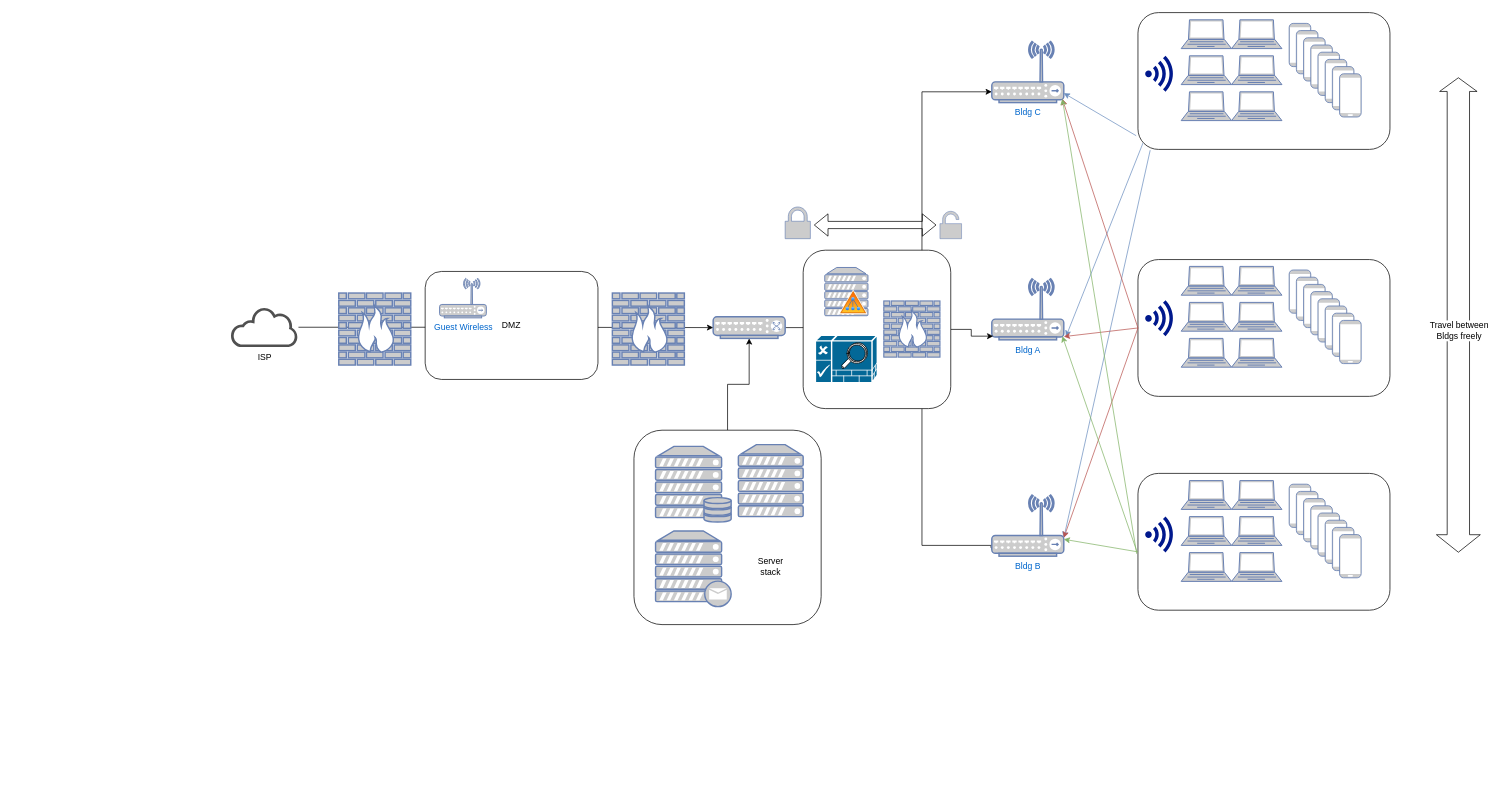
Earlier version of the draw.io diagram Untitled Diagram.drawio (Malleas/ITT307). Source tidied: cells renumbered, new cells numbered last; positions are measured from the earlier drawing's top-left corner, leaving out a move shared by most shapes. Both pictures are drawn from the tidied source at 72%, with x=0, y=0 at pixel (230, 12). Pictures stored in the file or linked from it are replaced by grey dashed boxes.
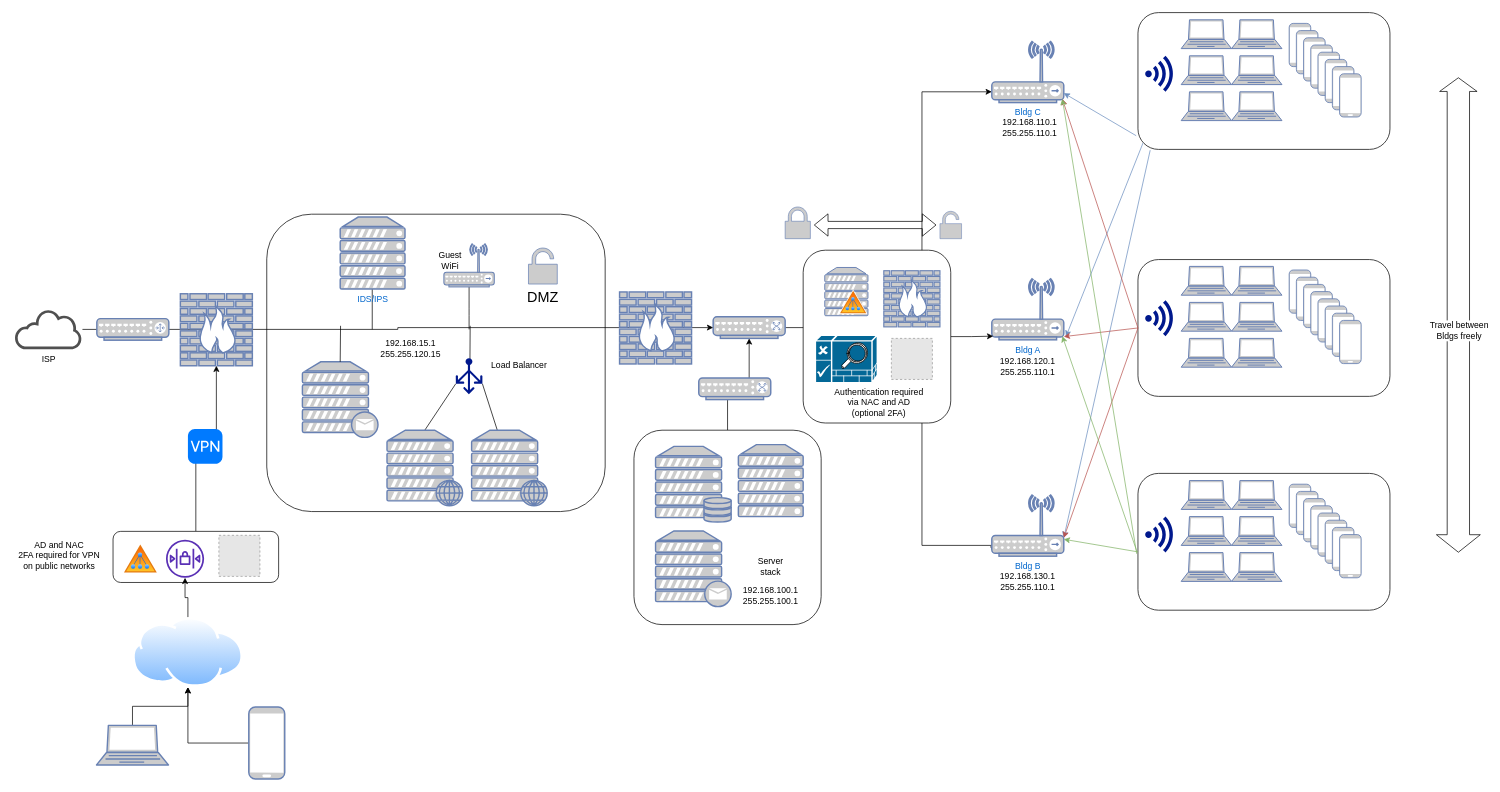
Above is the later version.

Diff of the diagram source:
```diff
@@
+    <mxCell id="91" style="rounded=1;whiteSpace=wrap;html=1;" parent="1" vertex="1">
+      <mxGeometry x="50" y="280" width="470" height="413" as="geometry" />
+    </mxCell>
@@
     <mxCell id="12" value="ISP" style="shadow=0;dashed=0;html=1;strokeColor=none;fillColor=#505050;labelPosition=center;verticalLabelPosition=bottom;outlineConnect=0;verticalAlign=top;align=center;shape=mxgraph.office.clouds.cloud;" parent="1" vertex="1">
-      <mxGeometry y="409.5" width="94" height="55" as="geometry" />
+      <mxGeometry x="-300" y="412.5" width="94" height="55" as="geometry" />
     </mxCell>
@@
     <mxCell id="15" style="fontColor=#0066CC;verticalAlign=top;verticalLabelPosition=bottom;labelPosition=center;align=center;html=1;fillColor=#CCCCCC;strokeColor=#6881B3;gradientColor=none;gradientDirection=north;strokeWidth=2;shape=mxgraph.networks.firewall;" parent="1" vertex="1">
-      <mxGeometry x="530" y="389.5" width="100" height="100" as="geometry" />
+      <mxGeometry x="540" y="388" width="100" height="100" as="geometry" />
     </mxCell>
-    <mxCell id="16" value="DMZ" style="rounded=1;whiteSpace=wrap;html=1;" parent="1" vertex="1">
-      <mxGeometry x="270" y="359.5" width="240" height="150" as="geometry" />
-    </mxCell>
     <mxCell id="17" style="fontColor=#0066CC;verticalAlign=top;verticalLabelPosition=bottom;labelPosition=center;align=center;html=1;outlineConnect=0;fillColor=#CCCCCC;strokeColor=#6881B3;gradientColor=none;gradientDirection=north;strokeWidth=2;shape=mxgraph.networks.firewall;" parent="1" vertex="1">
-      <mxGeometry x="150" y="389.5" width="100" height="100" as="geometry" />
+      <mxGeometry x="-70" y="390.5" width="100" height="100" as="geometry" />
     </mxCell>
-    <mxCell id="18" value="Guest Wireless" style="fontColor=#0066CC;verticalAlign=top;verticalLabelPosition=bottom;labelPosition=center;align=center;html=1;fillColor=#CCCCCC;strokeColor=#6881B3;gradientColor=none;gradientDirection=north;strokeWidth=2;shape=mxgraph.networks.wireless_hub;" parent="1" vertex="1">
-      <mxGeometry x="290" y="369" width="65" height="55" as="geometry" />
-    </mxCell>
@@
     <mxCell id="79" style="rounded=1;whiteSpace=wrap;html=1;" parent="1" vertex="1">
-      <mxGeometry x="795" y="330" width="205" height="220" as="geometry" />
+      <mxGeometry x="795" y="330" width="205" height="240" as="geometry" />
     </mxCell>
@@
     <mxCell id="90" style="fontColor=#0066CC;verticalAlign=top;verticalLabelPosition=bottom;labelPosition=center;align=center;html=1;fillColor=#CCCCCC;strokeColor=#6881B3;gradientColor=none;gradientDirection=north;strokeWidth=2;shape=mxgraph.networks.firewall;" parent="1" vertex="1">
-      <mxGeometry x="907" y="400.5" width="78" height="78" as="geometry" />
+      <mxGeometry x="907" y="358.5" width="78" height="78" as="geometry" />
     </mxCell>
+    <mxCell id="92" style="fontColor=#0066CC;verticalAlign=top;verticalLabelPosition=bottom;labelPosition=center;align=center;html=1;outlineConnect=0;fillColor=#CCCCCC;strokeColor=#6881B3;gradientColor=none;gradientDirection=north;strokeWidth=2;shape=mxgraph.networks.mail_server;" parent="1" vertex="1">
+      <mxGeometry x="99.5" y="485" width="105" height="105" as="geometry" />
+    </mxCell>
+    <mxCell id="93" style="fontColor=#0066CC;verticalAlign=top;verticalLabelPosition=bottom;labelPosition=center;align=center;html=1;fillColor=#CCCCCC;strokeColor=#6881B3;gradientColor=none;gradientDirection=north;strokeWidth=2;shape=mxgraph.networks.unsecure;" parent="1" vertex="1">
+      <mxGeometry x="413.5" y="327" width="40" height="50" as="geometry" />
+    </mxCell>
+    <mxCell id="94" style="endArrow=none;html=1;exitX=0.5;exitY=0;exitDx=0;exitDy=0;exitPerimeter=0;" parent="1" edge="1" source="92">
+      <mxGeometry relative="1" as="geometry">
+        <mxPoint x="152.5" y="435" as="targetPoint" />
+      </mxGeometry>
+    </mxCell>
+    <mxCell id="95" style="endArrow=none;html=1;exitX=0.532;exitY=0.16;exitDx=0;exitDy=0;exitPerimeter=0;" parent="1" edge="1" source="97">
+      <mxGeometry relative="1" as="geometry">
+        <mxPoint x="332.5" y="435" as="targetPoint" />
+      </mxGeometry>
+    </mxCell>
+    <mxCell id="96" style="endArrow=none;html=1;entryX=0.5;entryY=1;entryDx=0;entryDy=0;" parent="1" edge="1">
+      <mxGeometry relative="1" as="geometry">
+        <mxPoint x="196.5" y="440" as="sourcePoint" />
+        <mxPoint x="196.5" y="380" as="targetPoint" />
+      </mxGeometry>
+    </mxCell>
+    <mxCell id="97" style="shadow=0;dashed=0;html=1;strokeColor=none;labelPosition=center;verticalLabelPosition=bottom;verticalAlign=top;align=center;shape=mxgraph.azure.load_balancer_generic;fillColor=#00188D;" parent="1" vertex="1">
+      <mxGeometry x="312.5" y="480" width="37" height="50" as="geometry" />
+    </mxCell>
+    <mxCell id="98" style="endArrow=none;html=1;entryX=0;entryY=0.71;entryDx=0;entryDy=0;entryPerimeter=0;exitX=0.5;exitY=0;exitDx=0;exitDy=0;exitPerimeter=0;" parent="1" edge="1" source="102" target="97">
+      <mxGeometry relative="1" as="geometry" />
+    </mxCell>
+    <mxCell id="99" style="endArrow=none;html=1;entryX=1;entryY=0.71;entryDx=0;entryDy=0;entryPerimeter=0;" parent="1" edge="1" source="103" target="97">
+      <mxGeometry relative="1" as="geometry" />
+    </mxCell>
+    <mxCell id="100" value="Load Balancer" style="text;html=1;align=left;verticalAlign=top;spacingTop=-4;" parent="1" vertex="1">
+      <mxGeometry x="359.5" y="480" width="90" height="20" as="geometry" />
+    </mxCell>
+    <mxCell id="16" value="DMZ" style="text;html=1;align=left;verticalAlign=top;spacingTop=-4;fontSize=20;" parent="1" vertex="1">
+      <mxGeometry x="409.5" y="380" width="40" height="20" as="geometry" />
+    </mxCell>
+    <mxCell id="101" value="IDS/IPS" style="fontColor=#0066CC;verticalAlign=top;verticalLabelPosition=bottom;labelPosition=center;align=center;html=1;fillColor=#CCCCCC;strokeColor=#6881B3;gradientColor=none;gradientDirection=north;strokeWidth=2;shape=mxgraph.networks.server;" parent="1" vertex="1">
+      <mxGeometry x="152" y="284" width="90" height="100" as="geometry" />
+    </mxCell>
+    <mxCell id="102" style="fontColor=#0066CC;verticalAlign=top;verticalLabelPosition=bottom;labelPosition=center;align=center;html=1;outlineConnect=0;fillColor=#CCCCCC;strokeColor=#6881B3;gradientColor=none;gradientDirection=north;strokeWidth=2;shape=mxgraph.networks.web_server;" parent="1" vertex="1">
+      <mxGeometry x="217" y="580" width="105" height="105" as="geometry" />
+    </mxCell>
+    <mxCell id="103" style="fontColor=#0066CC;verticalAlign=top;verticalLabelPosition=bottom;labelPosition=center;align=center;html=1;outlineConnect=0;fillColor=#CCCCCC;strokeColor=#6881B3;gradientColor=none;gradientDirection=north;strokeWidth=2;shape=mxgraph.networks.web_server;" parent="1" vertex="1">
+      <mxGeometry x="334.5" y="580" width="105" height="105" as="geometry" />
+    </mxCell>
+    <mxCell id="104" style="edgeStyle=orthogonalEdgeStyle;jettySize=auto;html=1;endArrow=none;endFill=0;fontSize=20;" parent="1" edge="1" source="105">
+      <mxGeometry relative="1" as="geometry">
+        <mxPoint x="331" y="440" as="targetPoint" />
+      </mxGeometry>
+    </mxCell>
+    <mxCell id="105" style="fontColor=#0066CC;verticalAlign=top;verticalLabelPosition=bottom;labelPosition=center;align=center;html=1;outlineConnect=0;fillColor=#CCCCCC;strokeColor=#6881B3;gradientColor=none;gradientDirection=north;strokeWidth=2;shape=mxgraph.networks.wireless_hub;" parent="1" vertex="1">
+      <mxGeometry x="296" y="321" width="70" height="60" as="geometry" />
+    </mxCell>
+    <mxCell id="106" value="Guest WiFi" style="text;html=1;strokeColor=none;fillColor=none;align=center;verticalAlign=middle;whiteSpace=wrap;rounded=0;fontSize=12;" parent="1" vertex="1">
+      <mxGeometry x="284.5" y="334" width="40" height="20" as="geometry" />
+    </mxCell>
+    <mxCell id="107" value="192.168.15.1&lt;br&gt;255.255.120.15" style="text;html=1;strokeColor=none;fillColor=none;align=center;verticalAlign=middle;whiteSpace=wrap;rounded=0;fontSize=12;" parent="1" vertex="1">
+      <mxGeometry x="229.5" y="457.3" width="40" height="20" as="geometry" />
+    </mxCell>
+    <mxCell id="108" value="192.168.100.1&lt;br&gt;255.255.100.1" style="text;html=1;strokeColor=none;fillColor=none;align=center;verticalAlign=middle;whiteSpace=wrap;rounded=0;fontSize=12;" parent="1" vertex="1">
+      <mxGeometry x="730" y="799.8" width="40" height="20" as="geometry" />
+    </mxCell>
+    <mxCell id="109" value="192.168.120.1&lt;br&gt;255.255.110.1" style="text;html=1;strokeColor=none;fillColor=none;align=center;verticalAlign=middle;whiteSpace=wrap;rounded=0;fontSize=12;" parent="1" vertex="1">
+      <mxGeometry x="1087" y="482.3" width="40" height="20" as="geometry" />
+    </mxCell>
+    <mxCell id="110" value="192.168.130.1&lt;br&gt;255.255.110.1" style="text;html=1;strokeColor=none;fillColor=none;align=center;verticalAlign=middle;whiteSpace=wrap;rounded=0;fontSize=12;" parent="1" vertex="1">
+      <mxGeometry x="1087" y="779.8" width="40" height="20" as="geometry" />
+    </mxCell>
+    <mxCell id="111" value="192.168.110.1&lt;br&gt;255.255.110.1" style="text;html=1;strokeColor=none;fillColor=none;align=center;verticalAlign=middle;whiteSpace=wrap;rounded=0;fontSize=12;" parent="1" vertex="1">
+      <mxGeometry x="1090" y="149.8" width="40" height="20" as="geometry" />
+    </mxCell>
+    <mxCell id="112" style="edgeStyle=orthogonalEdgeStyle;rounded=0;jettySize=auto;html=1;" parent="1" edge="1" source="113" target="122">
+      <mxGeometry relative="1" as="geometry" />
+    </mxCell>
+    <mxCell id="113" style="fontColor=#0066CC;verticalAlign=top;verticalLabelPosition=bottom;labelPosition=center;align=center;html=1;outlineConnect=0;fillColor=#CCCCCC;strokeColor=#6881B3;gradientColor=none;gradientDirection=north;strokeWidth=2;shape=mxgraph.networks.laptop;" parent="1" vertex="1">
+      <mxGeometry x="-186.5" y="990" width="100" height="55" as="geometry" />
+    </mxCell>
+    <mxCell id="114" style="edgeStyle=orthogonalEdgeStyle;rounded=0;jettySize=auto;html=1;entryX=0.5;entryY=1;entryDx=0;entryDy=0;entryPerimeter=0;" parent="1" edge="1" source="115" target="17">
+      <mxGeometry relative="1" as="geometry" />
+    </mxCell>
+    <mxCell id="115" style="rounded=1;whiteSpace=wrap;html=1;fontSize=12;" parent="1" vertex="1">
+      <mxGeometry x="-163.5" y="720.5" width="230" height="71" as="geometry" />
+    </mxCell>
+    <mxCell id="116" style="group;" parent="1" vertex="1">
+      <mxGeometry x="-150" y="732" width="113" height="53" as="geometry" />
+    </mxCell>
+    <mxCell id="117" style="perimeter=ellipsePerimeter;html=1;align=center;shadow=0;dashed=0;spacingTop=3;image;image=img/lib/active_directory/active_directory.svg;fontSize=12;" parent="116" vertex="1">
+      <mxGeometry y="5" width="50" height="42.5" as="geometry" />
+    </mxCell>
+    <mxCell id="118" style="outlineConnect=0;fontColor=#232F3E;gradientColor=none;fillColor=#5A30B5;strokeColor=none;dashed=0;verticalLabelPosition=bottom;verticalAlign=top;align=center;html=1;fontSize=12;fontStyle=0;shape=mxgraph.aws4.network_access_control_list;" parent="116" vertex="1">
+      <mxGeometry x="60" width="53" height="53" as="geometry" />
+    </mxCell>
+    <mxCell id="119" value="AD and NAC&lt;br&gt;2FA required for VPN on public networks" style="text;html=1;strokeColor=none;fillColor=none;align=center;verticalAlign=middle;whiteSpace=wrap;rounded=0;fontSize=12;" parent="1" vertex="1">
+      <mxGeometry x="-303.5" y="743.5" width="130" height="20" as="geometry" />
+    </mxCell>
+    <mxCell id="120" style="fillColor=#E6E6E6;strokeColor=#999999;dashed=1;html=1;verticalAlign=top;verticalLabelPosition=bottom;labelBackgroundColor=#ffffff;fontSize=12;" parent="1" vertex="1">
+      <mxGeometry x="-16.5" y="726" width="57" height="57" as="geometry" />
+    </mxCell>
+    <mxCell id="121" style="edgeStyle=orthogonalEdgeStyle;rounded=0;jettySize=auto;html=1;" parent="1" edge="1" source="122" target="118">
+      <mxGeometry relative="1" as="geometry" />
+    </mxCell>
+    <mxCell id="122" style="perimeter=ellipsePerimeter;html=1;align=center;shadow=0;dashed=0;spacingTop=3;image;image=img/lib/active_directory/internet_cloud.svg;fontSize=12;" parent="1" vertex="1">
+      <mxGeometry x="-136.5" y="840" width="154" height="97" as="geometry" />
+    </mxCell>
+    <mxCell id="123" style="edgeStyle=orthogonalEdgeStyle;rounded=0;jettySize=auto;html=1;" parent="1" edge="1" source="124" target="122">
+      <mxGeometry relative="1" as="geometry" />
+    </mxCell>
+    <mxCell id="124" style="fontColor=#0066CC;verticalAlign=top;verticalLabelPosition=bottom;labelPosition=center;align=center;html=1;outlineConnect=0;fillColor=#CCCCCC;strokeColor=#6881B3;gradientColor=none;gradientDirection=north;strokeWidth=2;shape=mxgraph.networks.mobile;" parent="1" vertex="1">
+      <mxGeometry x="25" y="964.5" width="50" height="100" as="geometry" />
+    </mxCell>
+    <mxCell id="125" style="fillColor=#E6E6E6;strokeColor=#999999;dashed=1;html=1;verticalAlign=top;verticalLabelPosition=bottom;labelBackgroundColor=#ffffff;fontSize=12;" parent="1" vertex="1">
+      <mxGeometry x="917.5" y="452.5" width="57" height="57" as="geometry" />
+    </mxCell>
+    <mxCell id="126" style="html=1;strokeWidth=1;shadow=0;dashed=0;shape=mxgraph.ios7.misc.vpn;fillColor=#007AFF;strokeColor=none;buttonText=;strokeColor2=#222222;fontColor=#222222;fontSize=8;verticalLabelPosition=bottom;verticalAlign=top;align=center;" parent="1" vertex="1">
+      <mxGeometry x="-59.5" y="578.5" width="48" height="48" as="geometry" />
+    </mxCell>
+    <mxCell id="127" value="Authentication required via NAC and AD (optional 2FA)&lt;br&gt;" style="text;html=1;strokeColor=none;fillColor=none;align=center;verticalAlign=middle;whiteSpace=wrap;rounded=0;" parent="1" vertex="1">
+      <mxGeometry x="832.5" y="532" width="135" height="20" as="geometry" />
+    </mxCell>
+    <mxCell id="128" style="fontColor=#0066CC;verticalAlign=top;verticalLabelPosition=bottom;labelPosition=center;align=center;html=1;fillColor=#CCCCCC;strokeColor=#6881B3;gradientColor=none;gradientDirection=north;strokeWidth=2;shape=mxgraph.networks.switch;" parent="1" vertex="1">
+      <mxGeometry x="650" y="507.5" width="100" height="30" as="geometry" />
+    </mxCell>
+    <mxCell id="129" style="fontColor=#0066CC;verticalAlign=top;verticalLabelPosition=bottom;labelPosition=center;align=center;html=1;fillColor=#CCCCCC;strokeColor=#6881B3;gradientColor=none;gradientDirection=north;strokeWidth=2;shape=mxgraph.networks.router;" parent="1" vertex="1">
+      <mxGeometry x="-186" y="425" width="100" height="30" as="geometry" />
+    </mxCell>
```
